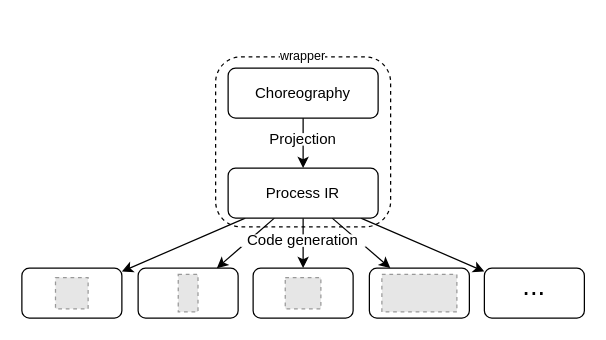
This is jolie/paper/arch.drawio from jonas-rm/partial-core-choreographies-rocq, a draw.io file, before an edit. Source tidied: cells renumbered, new cells numbered last; positions are measured from the earlier drawing's top-left corner, leaving out a move shared by most shapes. Both pictures are drawn from the tidied source at 125%, with x=0, y=0 at pixel (21, 56). Pictures stored in the file or linked from it are replaced by grey dashed boxes.
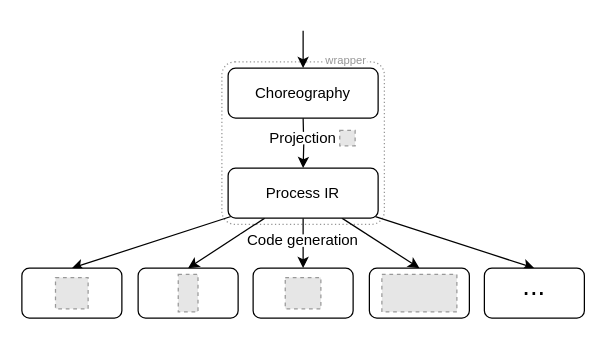
After the change.

The change refers to these unchanged cells:
```xml
<mxCell id="13" style="rounded=1;whiteSpace=wrap;html=1;" parent="12" vertex="1">
  <mxGeometry width="80" height="40" as="geometry" />
</mxCell>
<mxCell id="16" style="rounded=1;whiteSpace=wrap;html=1;" parent="15" vertex="1">
  <mxGeometry width="80" height="40" as="geometry" />
</mxCell>
<mxCell id="19" style="rounded=1;whiteSpace=wrap;html=1;verticalAlign=middle;align=center;" parent="18" vertex="1">
  <mxGeometry width="80" height="40" as="geometry" />
</mxCell>
<mxCell id="23" style="rounded=1;whiteSpace=wrap;html=1;verticalAlign=middle;align=center;" parent="22" vertex="1">
  <mxGeometry width="80" height="40" as="geometry" />
</mxCell>
```

What changed in the source:
```diff
@@
+    <mxCell id="29" style="rounded=1;whiteSpace=wrap;html=1;dashed=1;strokeColor=#969696;strokeWidth=1;fontSize=22;fillColor=none;dashPattern=1 2;arcSize=8;" parent="1" vertex="1">
+      <mxGeometry x="160" y="4" width="130" height="130" as="geometry" />
+    </mxCell>
-    <mxCell id="2" value="wrapper" style="rounded=1;whiteSpace=wrap;html=1;fillColor=none;dashed=1;spacingBottom=138;fontSize=10;labelBackgroundColor=default;" parent="1" vertex="1">
-      <mxGeometry x="155" width="140" height="136" as="geometry" />
+    <mxCell id="2" value="wrapper" style="text;html=1;strokeColor=none;fillColor=default;align=center;verticalAlign=middle;whiteSpace=wrap;rounded=0;dashed=1;labelBackgroundColor=default;fontSize=9;glass=0;shadow=0;sketch=0;rotation=0;fontColor=#969696;" parent="1" vertex="1">
+      <mxGeometry x="243" y="-2" width="33" height="10" as="geometry" />
     </mxCell>
-    <mxCell id="3" style="rounded=0;jettySize=auto;html=1;" parent="1" edge="1" source="10" target="16">
+    <mxCell id="3" style="rounded=0;jettySize=auto;html=1;entryX=0.5;entryY=0;entryDx=0;entryDy=0;" parent="1" edge="1" source="10" target="16">
       <mxGeometry relative="1" as="geometry" />
     </mxCell>
-    <mxCell id="4" style="rounded=0;jettySize=auto;html=1;" parent="1" edge="1" source="10" target="13">
+    <mxCell id="4" style="rounded=0;jettySize=auto;html=1;entryX=0.5;entryY=0;entryDx=0;entryDy=0;exitX=0.019;exitY=0.968;exitDx=0;exitDy=0;exitPerimeter=0;" parent="1" edge="1" source="10" target="13">
       <mxGeometry relative="1" as="geometry" />
     </mxCell>
@@
-    <mxCell id="6" style="edgeStyle=none;rounded=0;jettySize=auto;html=1;" parent="1" edge="1" source="10" target="19">
+    <mxCell id="6" style="edgeStyle=none;rounded=0;jettySize=auto;html=1;entryX=0.5;entryY=0;entryDx=0;entryDy=0;exitX=0.982;exitY=0.969;exitDx=0;exitDy=0;exitPerimeter=0;" parent="1" edge="1" source="10" target="19">
       <mxGeometry relative="1" as="geometry" />
     </mxCell>
-    <mxCell id="7" value="Choreography" style="rounded=1;whiteSpace=wrap;html=1;" parent="1" vertex="1">
-      <mxGeometry x="165" y="9" width="120" height="40" as="geometry" />
-    </mxCell>
+    <mxCell id="30" style="edgeStyle=none;rounded=0;jettySize=auto;html=1;fontSize=10;" parent="1" edge="1" target="7">
+      <mxGeometry relative="1" as="geometry">
+        <mxPoint x="225" y="-21" as="sourcePoint" />
+      </mxGeometry>
+    </mxCell>
-    <mxCell id="8" style="edgeStyle=orthogonalEdgeStyle;rounded=0;jettySize=auto;html=1;" parent="1" edge="1" source="7" target="10">
-      <mxGeometry relative="1" as="geometry" />
+    <mxCell id="8" style="edgeStyle=orthogonalEdgeStyle;rounded=0;jettySize=auto;html=1;" parent="1" edge="1" target="10">
+      <mxGeometry relative="1" as="geometry">
+        <mxPoint x="225" y="49" as="sourcePoint" />
+      </mxGeometry>
     </mxCell>
-    <mxCell id="9" style="rounded=0;jettySize=auto;html=1;fontSize=10;" parent="1" edge="1" source="10" target="23">
+    <mxCell id="9" style="rounded=0;jettySize=auto;html=1;fontSize=10;entryX=0.5;entryY=0;entryDx=0;entryDy=0;" parent="1" edge="1" source="10" target="23">
       <mxGeometry relative="1" as="geometry" />
     </mxCell>
-    <mxCell id="10" value="Process IR" style="rounded=1;whiteSpace=wrap;html=1;" parent="1" vertex="1">
-      <mxGeometry x="165" y="89" width="120" height="40" as="geometry" />
-    </mxCell>
-    <mxCell id="11" value="Projection" style="text;html=1;strokeColor=none;fillColor=default;align=center;verticalAlign=middle;whiteSpace=wrap;rounded=0;dashed=1;" parent="1" vertex="1">
-      <mxGeometry x="195" y="61" width="60" height="10" as="geometry" />
-    </mxCell>
@@
+    <mxCell id="31" style="group;" parent="1" vertex="1">
+      <mxGeometry x="196.2" y="58.8" width="70.4" height="12.3" as="geometry" />
+    </mxCell>
+    <mxCell id="11" value="Projection" style="text;html=1;strokeColor=none;fillColor=default;align=center;verticalAlign=middle;whiteSpace=wrap;rounded=0;dashed=1;" parent="31" vertex="1">
+      <mxGeometry y="1.2" width="57.5" height="10" as="geometry" />
+    </mxCell>
+    <mxCell id="32" style="fillColor=#E6E6E6;strokeColor=#999999;dashed=1;verticalLabelPosition=bottom;verticalAlign=top;labelBackgroundColor=default;fontSize=9;fontColor=#66CC00;" parent="31" vertex="1">
+      <mxGeometry x="58.1" width="12.3" height="12.3" as="geometry" />
+    </mxCell>
+    <mxCell id="33" style="group;" parent="1" vertex="1">
+      <mxGeometry x="165" y="9" width="120" height="120" as="geometry" />
+    </mxCell>
+    <mxCell id="7" value="Choreography" style="rounded=1;whiteSpace=wrap;html=1;" parent="33" vertex="1">
+      <mxGeometry width="120" height="40" as="geometry" />
+    </mxCell>
+    <mxCell id="10" value="Process IR" style="rounded=1;whiteSpace=wrap;html=1;" parent="33" vertex="1">
+      <mxGeometry y="80" width="120" height="40" as="geometry" />
+    </mxCell>
```
